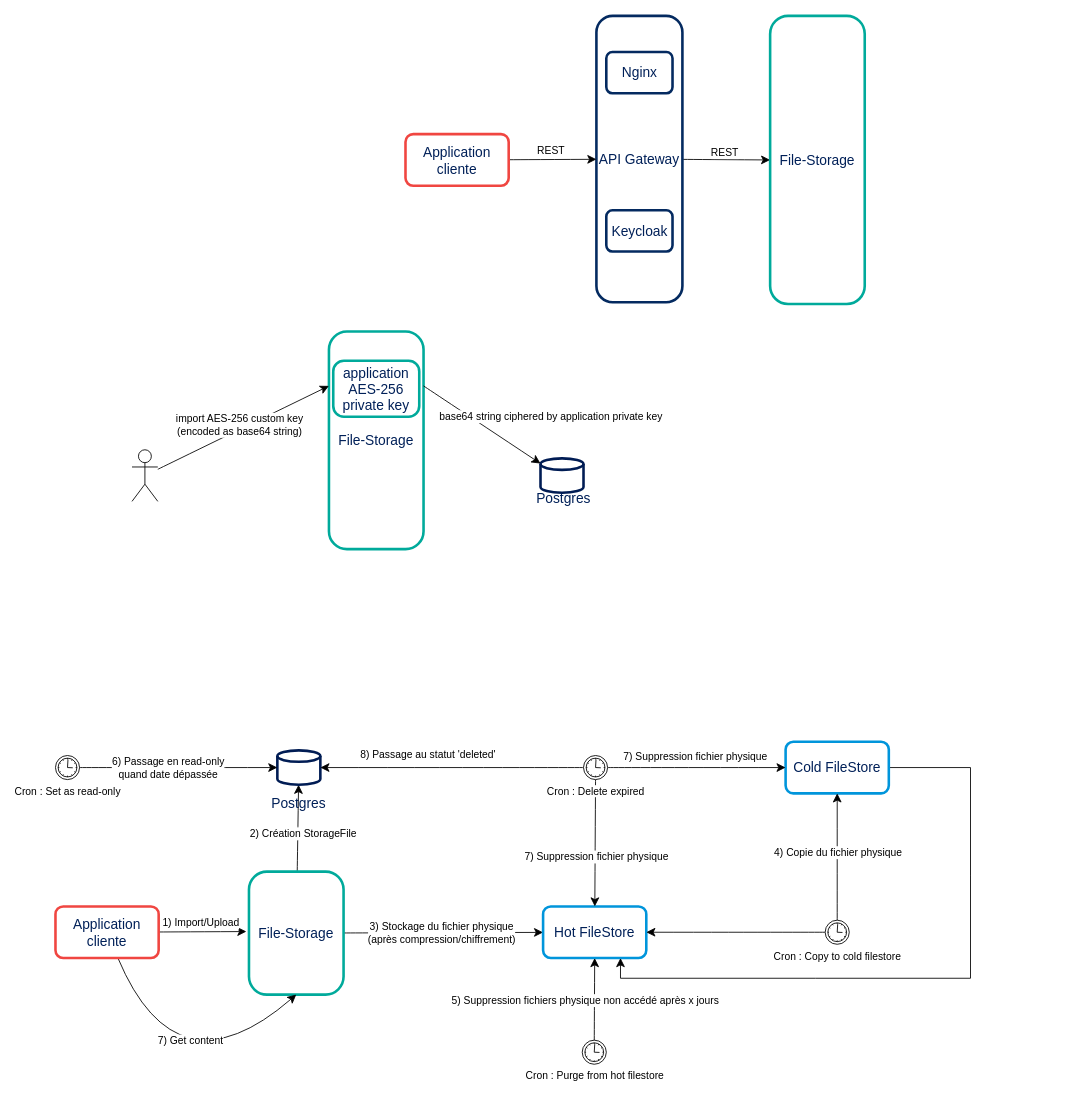
Earlier version of the draw.io diagram presentation_file_storage.drawio (omasseau/drawio). Source tidied: cells renumbered, new cells numbered last; positions are measured from the earlier drawing's top-left corner, leaving out a move shared by most shapes. Both pictures are drawn from the tidied source at 86%, with x=0, y=0 at pixel (55, 15).
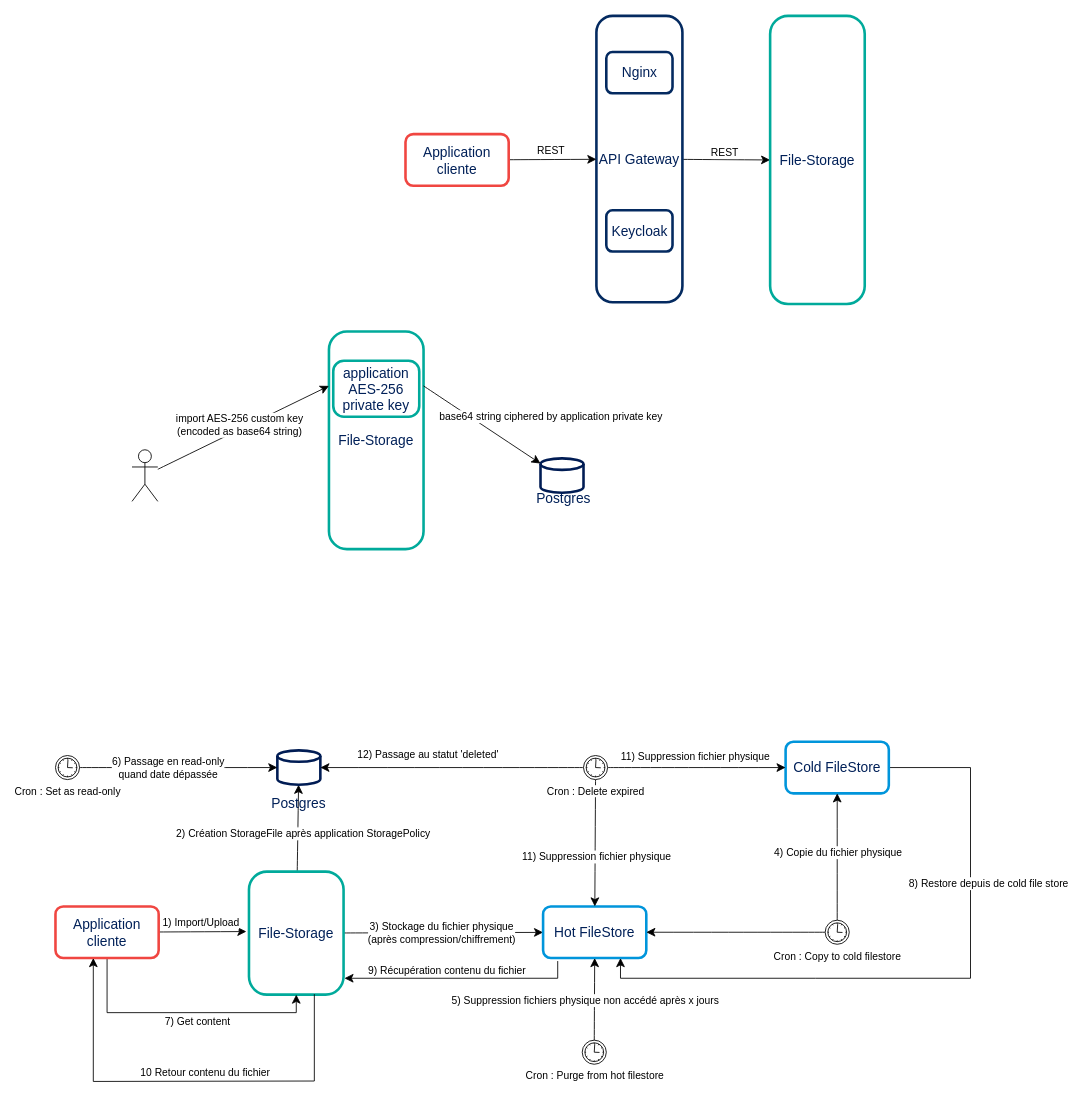
Above is the later version.

Commit message (it also covers changes not shown here):
Mettre à jour presentation_file_storage.drawio

The change refers to these unchanged cells:
```xml
<mxCell id="20" style="edgeStyle=none;curved=1;rounded=0;jettySize=auto;html=1;fontSize=12;startSize=8;endSize=8;" parent="1" edge="1" source="24" target="30">
  <mxGeometry relative="1" as="geometry" />
</mxCell>
<mxCell id="24" value="File-Storage" style="rounded=1;whiteSpace=wrap;html=1;strokeColor=#00AA9B;strokeWidth=3;arcSize=19;fontFamily=Poppins;fontSize=16;fontColor=#002058;fontStyle=0;labelBackgroundColor=none;labelBorderColor=none;" parent="1" vertex="1">
  <mxGeometry x="225" y="995" width="110" height="143" as="geometry" />
</mxCell>
<mxCell id="29" value="Application cliente" style="rounded=1;whiteSpace=wrap;html=1;strokeColor=#F04641;strokeWidth=3;arcSize=15;fontFamily=Poppins;fontSize=16;fontColor=#002058;fontStyle=0;labelBackgroundColor=none;labelBorderColor=none;" parent="1" vertex="1">
  <mxGeometry y="1035.5" width="120" height="60" as="geometry" />
</mxCell>
<mxCell id="33" style="edgeStyle=none;curved=0;rounded=0;jettySize=auto;html=1;fontSize=12;startSize=8;endSize=8;entryX=0.75;entryY=1;entryDx=0;entryDy=0;" parent="1" edge="1" source="34" target="32">
  <mxGeometry relative="1" as="geometry">
    <Array as="points">
      <mxPoint x="1064" y="874" />
      <mxPoint x="1064" y="999" />
      <mxPoint x="1064" y="1119" />
      <mxPoint x="884" y="1119" />
      <mxPoint x="657" y="1119" />
    </Array>
  </mxGeometry>
</mxCell>
<mxCell id="47" style="edgeStyle=none;curved=1;rounded=0;jettySize=auto;html=1;fontSize=12;startSize=8;endSize=8;" parent="1" edge="1" source="49" target="32">
  <mxGeometry relative="1" as="geometry" />
</mxCell>
```

Change to the diagram source:
```diff
@@
-    <mxCell id="21" value="2) Création StorageFile" style="edgeLabel;html=1;align=center;verticalAlign=middle;fontSize=12;" parent="20" vertex="1">
+    <mxCell id="21" value="2) Création StorageFile après application StoragePolicy" style="edgeLabel;html=1;align=center;verticalAlign=middle;fontSize=12;" parent="20" vertex="1">
       <mxGeometry x="0.34" y="-5" relative="1" as="geometry">
         <mxPoint y="23" as="offset" />
       </mxGeometry>
     </mxCell>
@@
-    <mxCell id="27" style="edgeStyle=none;curved=1;rounded=0;jettySize=auto;html=1;entryX=0.5;entryY=1;entryDx=0;entryDy=0;fontSize=12;startSize=8;endSize=8;" parent="1" edge="1" source="29" target="24">
+    <mxCell id="27" style="edgeStyle=none;curved=0;rounded=0;jettySize=auto;html=1;entryX=0.5;entryY=1;entryDx=0;entryDy=0;fontSize=12;startSize=8;endSize=8;" parent="1" edge="1" source="29" target="24">
       <mxGeometry relative="1" as="geometry">
         <Array as="points">
-          <mxPoint x="141" y="1258" />
+          <mxPoint x="60" y="1159" />
+          <mxPoint x="280" y="1159" />
         </Array>
       </mxGeometry>
     </mxCell>
     <mxCell id="28" value="7) Get content" style="edgeLabel;html=1;align=center;verticalAlign=middle;fontSize=12;" parent="27" vertex="1">
-      <mxGeometry x="-0.33" y="40" relative="1" as="geometry" />
+      <mxGeometry x="-0.33" y="40" relative="1" as="geometry">
+        <mxPoint x="66" y="50" as="offset" />
+      </mxGeometry>
     </mxCell>
@@
+    <mxCell id="52" value="8) Restore depuis de cold file store" style="edgeLabel;html=1;align=center;verticalAlign=middle;fontSize=12;" parent="33" vertex="1">
+      <mxGeometry x="-0.51" y="2" relative="1" as="geometry">
+        <mxPoint x="18" y="40" as="offset" />
+      </mxGeometry>
+    </mxCell>
@@
-    <mxCell id="48" value="7) Suppression fichier physique" style="edgeLabel;html=1;align=center;verticalAlign=middle;fontSize=12;" parent="47" vertex="1">
+    <mxCell id="48" value="11) Suppression fichier physique" style="edgeLabel;html=1;align=center;verticalAlign=middle;fontSize=12;" parent="47" vertex="1">
       <mxGeometry x="0.21" y="1" relative="1" as="geometry" />
     </mxCell>
@@
-    <mxCell id="50" value="7) Suppression fichier physique" style="edgeLabel;html=1;align=center;verticalAlign=middle;fontSize=12;" parent="1" vertex="1">
+    <mxCell id="50" value="11) Suppression fichier physique" style="edgeLabel;html=1;align=center;verticalAlign=middle;fontSize=12;" parent="1" vertex="1">
       <mxGeometry x="687" y="948" as="geometry">
         <mxPoint x="56" y="-87" as="offset" />
       </mxGeometry>
     </mxCell>
-    <mxCell id="51" value="8) Passage au statut 'deleted'" style="edgeLabel;html=1;align=center;verticalAlign=middle;fontSize=12;" parent="1" vertex="1">
+    <mxCell id="51" value="12) Passage au statut 'deleted'" style="edgeLabel;html=1;align=center;verticalAlign=middle;fontSize=12;" parent="1" vertex="1">
       <mxGeometry x="376" y="945" as="geometry">
         <mxPoint x="56" y="-87" as="offset" />
       </mxGeometry>
     </mxCell>
+    <mxCell id="53" style="edgeStyle=none;curved=0;rounded=0;orthogonalLoop=1;jettySize=auto;html=1;fontSize=12;startSize=8;endSize=8;" parent="1" edge="1">
+      <mxGeometry relative="1" as="geometry">
+        <mxPoint x="584" y="1099" as="sourcePoint" />
+        <mxPoint x="336" y="1119" as="targetPoint" />
+        <Array as="points">
+          <mxPoint x="584" y="1119" />
+        </Array>
+      </mxGeometry>
+    </mxCell>
+    <mxCell id="54" value="9) Récupération contenu du fichier" style="edgeLabel;html=1;align=center;verticalAlign=middle;fontSize=12;" parent="53" vertex="1">
+      <mxGeometry x="0.41" y="-1" relative="1" as="geometry">
+        <mxPoint x="39" y="-9" as="offset" />
+      </mxGeometry>
+    </mxCell>
+    <mxCell id="55" style="edgeStyle=none;curved=0;rounded=0;orthogonalLoop=1;jettySize=auto;html=1;entryX=0.192;entryY=1.008;entryDx=0;entryDy=0;entryPerimeter=0;fontSize=12;startSize=8;endSize=8;" parent="1" edge="1">
+      <mxGeometry relative="1" as="geometry">
+        <mxPoint x="301" y="1137.5" as="sourcePoint" />
+        <mxPoint x="44" y="1095.5" as="targetPoint" />
+        <Array as="points">
+          <mxPoint x="301" y="1238.5" />
+          <mxPoint x="44" y="1239" />
+        </Array>
+      </mxGeometry>
+    </mxCell>
+    <mxCell id="56" value="10 Retour contenu du fichier" style="edgeLabel;html=1;align=center;verticalAlign=middle;fontSize=12;" parent="55" vertex="1">
+      <mxGeometry x="-0.14" y="-1" relative="1" as="geometry">
+        <mxPoint x="-12" y="-9" as="offset" />
+      </mxGeometry>
+    </mxCell>
```
